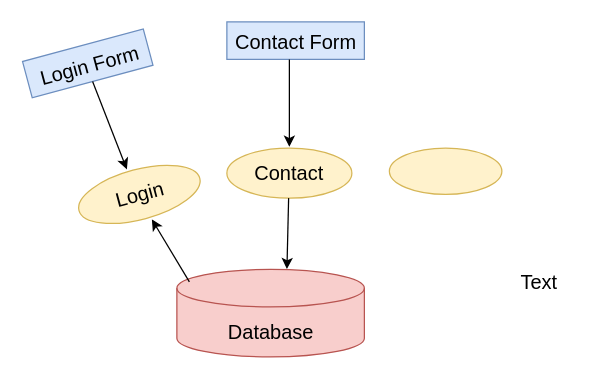
The draw.io diagram page "Page-1" (1 of 2) of RZ-IFD.drawio in rebeccazeidenberg/datadiagrams, before the edit. Source tidied: cells renumbered, new cells numbered last; positions are measured from the earlier drawing's top-left corner, leaving out a move shared by most shapes. Both pictures are drawn from the tidied source at 125%, with x=0, y=0 at pixel (25, 21).
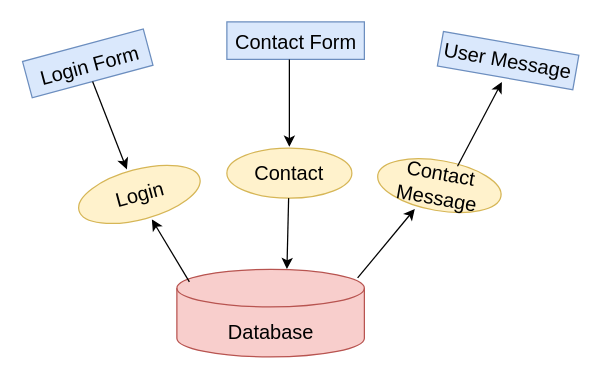
After the change.

The change refers to these unchanged cells:
```xml
<mxCell id="2" style="shape=cylinder3;whiteSpace=wrap;html=1;boundedLbl=1;backgroundOutline=1;size=15;fillColor=#f8cecc;strokeColor=#b85450;" parent="1" vertex="1">
  <mxGeometry x="121" y="198" width="150" height="70" as="geometry" />
</mxCell>
```

What changed in the source:
```diff
@@
-    <mxCell id="16" style="ellipse;whiteSpace=wrap;html=1;fontSize=16;fillColor=#fff2cc;strokeColor=#d6b656;" parent="1" vertex="1">
-      <mxGeometry x="291" y="101" width="90" height="37" as="geometry" />
+    <mxCell id="16" value="Contact Message" style="ellipse;whiteSpace=wrap;html=1;fontSize=16;fillColor=#fff2cc;strokeColor=#d6b656;rotation=10;" parent="1" vertex="1">
+      <mxGeometry x="281" y="111" width="100" height="40" as="geometry" />
     </mxCell>
-    <mxCell id="17" value="Text" style="text;html=1;strokeColor=none;fillColor=none;align=center;verticalAlign=middle;whiteSpace=wrap;rounded=0;fontSize=16;" parent="1" vertex="1">
-      <mxGeometry x="391" y="198" width="40" height="20" as="geometry" />
-    </mxCell>
+    <mxCell id="18" style="endArrow=classic;html=1;fontSize=16;entryX=0.339;entryY=1.043;entryDx=0;entryDy=0;entryPerimeter=0;exitX=0.964;exitY=0.098;exitDx=0;exitDy=0;exitPerimeter=0;" parent="1" edge="1" source="2" target="16">
+      <mxGeometry relative="1" as="geometry" />
+    </mxCell>
+    <mxCell id="19" value="User Message" style="rounded=0;whiteSpace=wrap;html=1;fontSize=16;fillColor=#dae8fc;strokeColor=#6c8ebf;rotation=10;" parent="1" vertex="1">
+      <mxGeometry x="331" y="17" width="110" height="28" as="geometry" />
+    </mxCell>
+    <mxCell id="20" style="endArrow=classic;html=1;fontSize=16;exitX=0.616;exitY=0.055;exitDx=0;exitDy=0;exitPerimeter=0;" parent="1" edge="1" source="16">
+      <mxGeometry relative="1" as="geometry">
+        <mxPoint x="381" y="48" as="targetPoint" />
+      </mxGeometry>
+    </mxCell>
```
